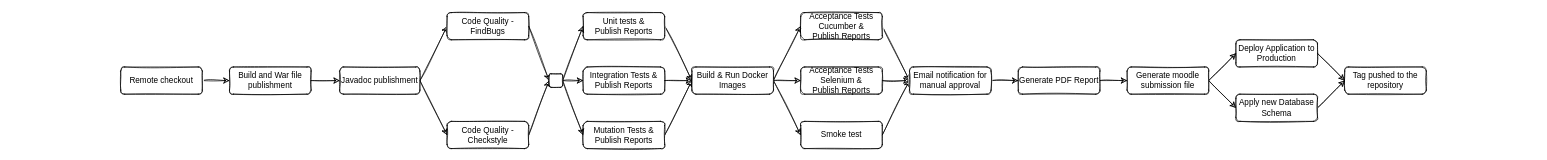
Wultyc/ISEP_2021_1A1S_ODSOFT keeps this draw.io diagram as page "Project Pipeline SK1" (3 of 5) of images/ODSOFT CA2 Pipelines.drawio. Above is the earlier version. Source tidied: cells renumbered, new cells numbered last; positions are measured from the earlier drawing's top-left corner, leaving out a move shared by most shapes. Both pictures are drawn from the tidied source at 68%, with x=0, y=0 at pixel (120, 12).
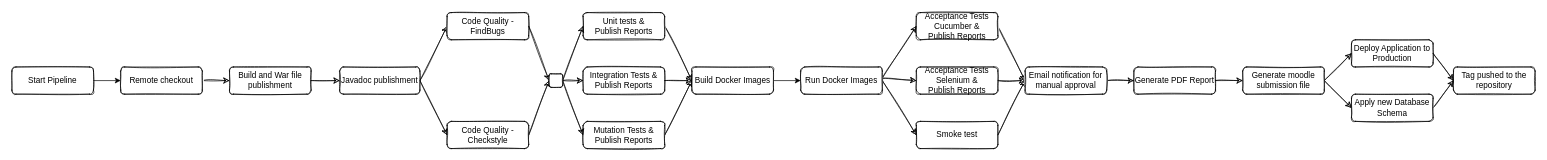
The same diagram, later.

Commit message (it also covers changes not shown here):
update pipeline model

Unchanged cells that the change refers to:
```xml
<mxCell id="3" value="Remote checkout" style="rounded=1;whiteSpace=wrap;html=1;fontSize=12;glass=0;strokeWidth=1;shadow=0;sketch=1;" parent="1" vertex="1">
  <mxGeometry y="80" width="120" height="40" as="geometry" />
</mxCell>
```

Change to the diagram source:
```diff
@@
     <mxCell id="16" value="Smoke test" style="rounded=1;whiteSpace=wrap;html=1;sketch=1;" parent="1" vertex="1">
-      <mxGeometry x="1000" y="160" width="120" height="40" as="geometry" />
+      <mxGeometry x="1170" y="160" width="120" height="40" as="geometry" />
     </mxCell>
     <mxCell id="17" value="Deploy Application to Production" style="rounded=1;whiteSpace=wrap;html=1;sketch=1;" parent="1" vertex="1">
-      <mxGeometry x="1640" y="40" width="120" height="40" as="geometry" />
+      <mxGeometry x="1810" y="40" width="120" height="40" as="geometry" />
     </mxCell>
@@
     <mxCell id="19" value="Generate PDF Report" style="rounded=1;whiteSpace=wrap;html=1;sketch=1;" parent="1" vertex="1">
-      <mxGeometry x="1320" y="80" width="120" height="40" as="geometry" />
+      <mxGeometry x="1490" y="80" width="120" height="40" as="geometry" />
     </mxCell>
@@
     <mxCell id="22" value="Tag pushed to the repository" style="rounded=1;whiteSpace=wrap;html=1;sketch=1;" parent="1" vertex="1">
-      <mxGeometry x="1800" y="80" width="120" height="40" as="geometry" />
+      <mxGeometry x="1960" y="80" width="120" height="40" as="geometry" />
     </mxCell>
@@
     <mxCell id="24" value="Generate moodle submission file" style="rounded=1;whiteSpace=wrap;html=1;fontSize=12;glass=0;strokeWidth=1;shadow=0;sketch=1;" parent="1" vertex="1">
-      <mxGeometry x="1480" y="80" width="120" height="40" as="geometry" />
+      <mxGeometry x="1650" y="80" width="120" height="40" as="geometry" />
     </mxCell>
@@
     <mxCell id="30" value="Acceptance Tests&lt;br&gt;Cucumber&amp;nbsp;&amp;amp;&lt;br&gt;Publish Reports" style="rounded=1;whiteSpace=wrap;html=1;fontSize=12;glass=0;strokeWidth=1;shadow=0;sketch=1;" parent="1" vertex="1">
-      <mxGeometry x="1000" width="120" height="40" as="geometry" />
+      <mxGeometry x="1170" width="120" height="40" as="geometry" />
     </mxCell>
@@
     <mxCell id="32" value="Acceptance Tests&lt;br&gt;Selenium&amp;nbsp;&amp;amp;&lt;br&gt;Publish Reports" style="rounded=1;whiteSpace=wrap;html=1;fontSize=12;glass=0;strokeWidth=1;shadow=0;sketch=1;" parent="1" vertex="1">
-      <mxGeometry x="1000" y="80" width="120" height="40" as="geometry" />
+      <mxGeometry x="1170" y="80" width="120" height="40" as="geometry" />
     </mxCell>
@@
-    <mxCell id="37" style="edgeStyle=none;rounded=0;sketch=1;jettySize=auto;html=1;exitX=1;exitY=0.5;exitDx=0;exitDy=0;entryX=0;entryY=0.5;entryDx=0;entryDy=0;" parent="1" edge="1" source="40" target="30">
+    <mxCell id="37" style="edgeStyle=none;rounded=0;sketch=1;jettySize=auto;html=1;exitX=0.999;exitY=0.414;exitDx=0;exitDy=0;entryX=0;entryY=0.5;entryDx=0;entryDy=0;exitPerimeter=0;" parent="1" edge="1" source="48" target="30">
       <mxGeometry relative="1" as="geometry" />
     </mxCell>
-    <mxCell id="38" style="edgeStyle=none;rounded=0;sketch=1;jettySize=auto;html=1;exitX=1;exitY=0.5;exitDx=0;exitDy=0;entryX=0;entryY=0.5;entryDx=0;entryDy=0;" parent="1" edge="1" source="40" target="32">
+    <mxCell id="38" style="edgeStyle=none;rounded=0;sketch=1;jettySize=auto;html=1;exitX=1.013;exitY=0.414;exitDx=0;exitDy=0;entryX=0;entryY=0.5;entryDx=0;entryDy=0;exitPerimeter=0;" parent="1" edge="1" source="48" target="32">
       <mxGeometry relative="1" as="geometry" />
     </mxCell>
-    <mxCell id="39" style="edgeStyle=none;rounded=0;sketch=1;jettySize=auto;html=1;exitX=1;exitY=0.5;exitDx=0;exitDy=0;entryX=0;entryY=0.5;entryDx=0;entryDy=0;" parent="1" edge="1" source="40" target="16">
+    <mxCell id="39" style="edgeStyle=none;rounded=0;sketch=1;jettySize=auto;html=1;exitX=1;exitY=0.5;exitDx=0;exitDy=0;entryX=0;entryY=0.5;entryDx=0;entryDy=0;" parent="1" edge="1" source="48" target="16">
       <mxGeometry relative="1" as="geometry" />
     </mxCell>
+    <mxCell id="45" style="edgeStyle=orthogonalEdgeStyle;rounded=0;jettySize=auto;html=1;" parent="1" edge="1" source="40" target="48">
+      <mxGeometry relative="1" as="geometry" />
+    </mxCell>
-    <mxCell id="40" value="Build &amp;amp; Run Docker Images" style="rounded=1;whiteSpace=wrap;html=1;fontSize=12;glass=0;strokeWidth=1;shadow=0;sketch=1;" parent="1" vertex="1">
+    <mxCell id="40" value="Build Docker Images" style="rounded=1;whiteSpace=wrap;html=1;fontSize=12;glass=0;strokeWidth=1;shadow=0;sketch=1;" parent="1" vertex="1">
       <mxGeometry x="840" y="80" width="120" height="40" as="geometry" />
     </mxCell>
@@
     <mxCell id="42" value="Apply new Database Schema" style="rounded=1;whiteSpace=wrap;html=1;sketch=1;" parent="1" vertex="1">
-      <mxGeometry x="1640" y="120" width="120" height="40" as="geometry" />
+      <mxGeometry x="1810" y="120" width="120" height="40" as="geometry" />
     </mxCell>
@@
     <mxCell id="44" value="Email notification for manual approval" style="rounded=1;whiteSpace=wrap;html=1;sketch=1;" parent="1" vertex="1">
-      <mxGeometry x="1160" y="80" width="120" height="40" as="geometry" />
+      <mxGeometry x="1330" y="80" width="120" height="40" as="geometry" />
     </mxCell>
+    <mxCell id="46" style="edgeStyle=orthogonalEdgeStyle;rounded=0;jettySize=auto;html=1;" parent="1" edge="1" source="47" target="3">
+      <mxGeometry relative="1" as="geometry" />
+    </mxCell>
+    <mxCell id="47" value="Start Pipeline" style="rounded=1;whiteSpace=wrap;html=1;fontSize=12;glass=0;strokeWidth=1;shadow=0;sketch=1;" parent="1" vertex="1">
+      <mxGeometry x="-160" y="80" width="120" height="40" as="geometry" />
+    </mxCell>
+    <mxCell id="48" value="Run Docker Images" style="rounded=1;whiteSpace=wrap;html=1;fontSize=12;glass=0;strokeWidth=1;shadow=0;sketch=1;" parent="1" vertex="1">
+      <mxGeometry x="1000" y="80" width="120" height="40" as="geometry" />
+    </mxCell>
```
